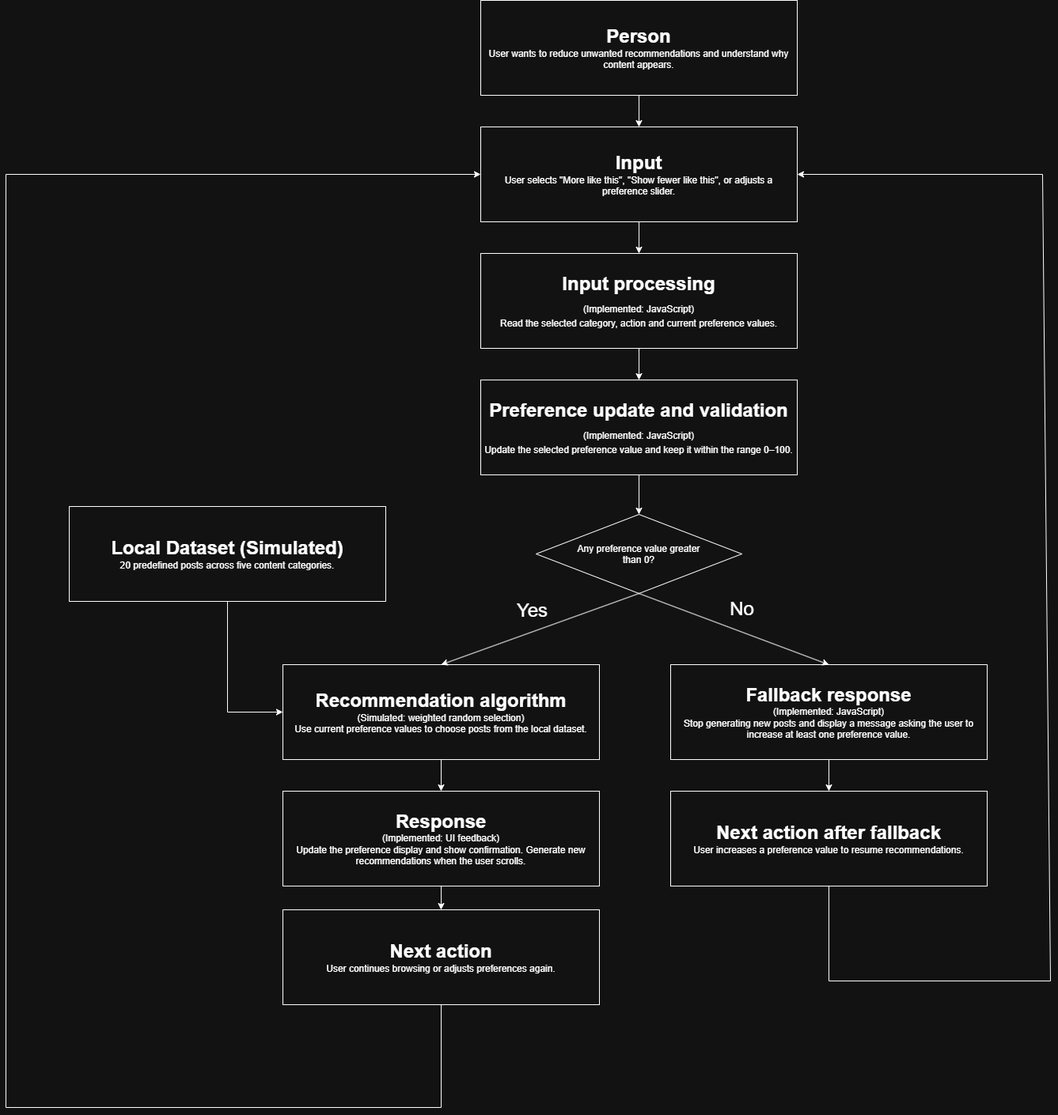
Before: system_path_diagram.png, a diagram exported from draw.io (Kuan-cs/IIS-A2). Source tidied: cells renumbered, new cells last; positions are measured from the earlier drawing's top-left corner, leaving out a move shared by most shapes. Its diagram source:
```xml
<mxGraphModel>
  <root>
    <mxCell id="0" />
    <mxCell id="1" parent="0" />
    <mxCell id="2" value="&lt;font style=&quot;font-size: 24px;&quot;&gt;&lt;b&gt;Person&lt;/b&gt;&lt;/font&gt;&lt;div&gt;User wants to reduce unwanted recommendations and understand why content appears.&lt;/div&gt;" style="rounded=0;whiteSpace=wrap;html=1;" parent="1" vertex="1">
      <mxGeometry x="600" width="400" height="120" as="geometry" />
    </mxCell>
    <mxCell id="3" value="&lt;font style=&quot;font-size: 24px;&quot;&gt;&lt;b&gt;Input&lt;/b&gt;&lt;/font&gt;&lt;br&gt;&lt;div&gt;User selects &quot;More like this&quot;, &quot;Show fewer like this&quot;, or adjusts a preference slider.&lt;/div&gt;" style="rounded=0;whiteSpace=wrap;html=1;" parent="1" vertex="1">
      <mxGeometry x="600" y="160" width="400" height="120" as="geometry" />
    </mxCell>
    <mxCell id="4" value="&lt;b&gt;&lt;font style=&quot;font-size: 24px;&quot;&gt;Input processing&lt;/font&gt;&lt;/b&gt;&lt;div&gt;(Implemented: JavaScript)&lt;span style=&quot;font-size: 24px;&quot;&gt;&lt;b&gt;&lt;br&gt;&lt;/b&gt;&lt;/span&gt;&lt;div&gt;Read the selected category, action and current preference values.&lt;/div&gt;&lt;/div&gt;" style="rounded=0;whiteSpace=wrap;html=1;" parent="1" vertex="1">
      <mxGeometry x="600" y="320" width="400" height="120" as="geometry" />
    </mxCell>
    <mxCell id="5" value="&lt;font style=&quot;font-size: 24px;&quot;&gt;&lt;b&gt;Preference update and validation&lt;/b&gt;&lt;/font&gt;&lt;div&gt;&lt;font style=&quot;font-size: 12px;&quot;&gt;(Implemented: JavaScript)&lt;/font&gt;&lt;span style=&quot;font-size: 24px;&quot;&gt;&lt;b&gt;&lt;br&gt;&lt;/b&gt;&lt;/span&gt;&lt;div&gt;Update the selected preference value and keep it within the range 0–100.&lt;/div&gt;&lt;/div&gt;" style="rounded=0;whiteSpace=wrap;html=1;" parent="1" vertex="1">
      <mxGeometry x="600" y="480" width="400" height="120" as="geometry" />
    </mxCell>
    <mxCell id="6" value="Any preference value greater than 0?" style="rhombus;whiteSpace=wrap;html=1;shapeInside=1;" parent="1" vertex="1">
      <mxGeometry x="670" y="650" width="260" height="100" as="geometry" />
    </mxCell>
    <mxCell id="7" value="&lt;div&gt;&lt;font style=&quot;font-size: 24px;&quot;&gt;&lt;b&gt;Recommendation algorithm&lt;/b&gt;&lt;/font&gt;&lt;/div&gt;&lt;div&gt;&lt;font style=&quot;font-size: 12px;&quot;&gt;&lt;font style=&quot;&quot;&gt;(&lt;/font&gt;&lt;span style=&quot;background-color: transparent; color: light-dark(#000000, var(--ge-light-color, #ffffff));&quot;&gt;Simulated: &lt;/span&gt;&lt;span style=&quot;background-color: transparent; color: light-dark(#000000, var(--ge-light-color, #ffffff));&quot;&gt;weighted &lt;/span&gt;&lt;span style=&quot;background-color: transparent; color: light-dark(#000000, var(--ge-light-color, #ffffff));&quot;&gt;random &lt;/span&gt;&lt;span style=&quot;background-color: transparent; color: light-dark(#000000, var(--ge-light-color, #ffffff));&quot;&gt;selection)&lt;/span&gt;&lt;/font&gt;&lt;/div&gt;&lt;div&gt;Use current preference values to choose posts from the local dataset.&lt;/div&gt;" style="rounded=0;whiteSpace=wrap;html=1;" parent="1" vertex="1">
      <mxGeometry x="350" y="840" width="400" height="120" as="geometry" />
    </mxCell>
    <mxCell id="8" value="&lt;div&gt;&lt;span style=&quot;background-color: transparent; color: light-dark(#000000, var(--ge-light-color, #ffffff));&quot;&gt;&lt;font style=&quot;font-size: 24px;&quot;&gt;&lt;b&gt;Response&lt;/b&gt;&lt;/font&gt;&lt;/span&gt;&lt;/div&gt;&lt;div&gt;&lt;font style=&quot;font-size: 12px;&quot;&gt;&lt;span style=&quot;background-color: transparent; color: light-dark(#000000, var(--ge-light-color, #ffffff));&quot;&gt;&lt;font style=&quot;&quot;&gt;(&lt;/font&gt;&lt;/span&gt;&lt;span style=&quot;background-color: transparent; color: light-dark(#000000, var(--ge-light-color, #ffffff));&quot;&gt;Implemented: &lt;/span&gt;&lt;span style=&quot;background-color: transparent; color: light-dark(#000000, var(--ge-light-color, #ffffff));&quot;&gt;UI &lt;/span&gt;&lt;span style=&quot;background-color: transparent; color: light-dark(#000000, var(--ge-light-color, #ffffff));&quot;&gt;feedback)&lt;/span&gt;&lt;/font&gt;&lt;/div&gt;&lt;div&gt;Update the preference display and show confirmation. Generate new recommendations when the user scrolls.&lt;/div&gt;" style="rounded=0;whiteSpace=wrap;html=1;" parent="1" vertex="1">
      <mxGeometry x="350" y="1000" width="400" height="120" as="geometry" />
    </mxCell>
    <mxCell id="9" value="&lt;div&gt;&lt;span style=&quot;background-color: transparent; color: light-dark(#000000, var(--ge-light-color, #ffffff));&quot;&gt;&lt;font style=&quot;font-size: 24px;&quot;&gt;&lt;b&gt;Fallback response&lt;/b&gt;&lt;/font&gt;&lt;/span&gt;&lt;/div&gt;&lt;div&gt;&lt;span style=&quot;background-color: transparent; color: light-dark(#000000, var(--ge-light-color, #ffffff));&quot;&gt;(&lt;/span&gt;&lt;span style=&quot;background-color: transparent; color: light-dark(#000000, var(--ge-light-color, #ffffff));&quot;&gt;Implemented: &lt;/span&gt;&lt;span style=&quot;background-color: transparent; color: light-dark(#000000, var(--ge-light-color, #ffffff));&quot;&gt;JavaScript)&lt;/span&gt;&lt;/div&gt;&lt;div&gt;Stop generating new posts and display a message asking the user to increase at least one preference value.&lt;/div&gt;" style="rounded=0;whiteSpace=wrap;html=1;" parent="1" vertex="1">
      <mxGeometry x="840" y="840" width="400" height="120" as="geometry" />
    </mxCell>
    <mxCell id="10" value="&lt;div&gt;&lt;span style=&quot;background-color: transparent; color: light-dark(#000000, var(--ge-light-color, #ffffff));&quot;&gt;&lt;font style=&quot;font-size: 24px;&quot;&gt;&lt;b&gt;Next action after fallback&lt;/b&gt;&lt;/font&gt;&lt;/span&gt;&lt;/div&gt;&lt;div&gt;User increases a preference value to resume recommendations.&lt;/div&gt;" style="rounded=0;whiteSpace=wrap;html=1;" parent="1" vertex="1">
      <mxGeometry x="840" y="1000" width="400" height="120" as="geometry" />
    </mxCell>
    <mxCell id="11" style="endArrow=classic;html=1;rounded=0;defaultLabelBackgroundColor=gap;exitX=0.5;exitY=1;exitDx=0;exitDy=0;entryX=0.5;entryY=0;entryDx=0;entryDy=0;" parent="1" edge="1" source="2" target="3">
      <mxGeometry relative="1" as="geometry" />
    </mxCell>
    <mxCell id="12" style="endArrow=classic;html=1;rounded=0;defaultLabelBackgroundColor=gap;exitX=0.5;exitY=1;exitDx=0;exitDy=0;entryX=0.5;entryY=0;entryDx=0;entryDy=0;" parent="1" edge="1" source="3" target="4">
      <mxGeometry x="-0.08" relative="1" as="geometry" />
    </mxCell>
    <mxCell id="13" style="endArrow=classic;html=1;rounded=0;defaultLabelBackgroundColor=gap;exitX=0.5;exitY=1;exitDx=0;exitDy=0;entryX=0.5;entryY=0;entryDx=0;entryDy=0;" parent="1" edge="1" source="4" target="5">
      <mxGeometry relative="1" as="geometry" />
    </mxCell>
    <mxCell id="14" style="endArrow=classic;html=1;rounded=0;defaultLabelBackgroundColor=gap;exitX=0.5;exitY=1;exitDx=0;exitDy=0;entryX=0.5;entryY=0;entryDx=0;entryDy=0;" parent="1" edge="1" source="5" target="6">
      <mxGeometry relative="1" as="geometry" />
    </mxCell>
    <mxCell id="15" value="&lt;span style=&quot;font-size: 24px;&quot;&gt;Yes&lt;/span&gt;" style="endArrow=classic;html=1;rounded=0;defaultLabelBackgroundColor=gap;exitX=0.5;exitY=1;exitDx=0;exitDy=0;entryX=0.5;entryY=0;entryDx=0;entryDy=0;" parent="1" edge="1" source="6" target="7">
      <mxGeometry x="0.01" y="-25" relative="1" as="geometry" />
    </mxCell>
    <mxCell id="16" value="&lt;span style=&quot;font-size: 24px;&quot;&gt;No&lt;/span&gt;" style="endArrow=classic;html=1;rounded=0;defaultLabelBackgroundColor=gap;entryX=0.5;entryY=0;entryDx=0;entryDy=0;exitX=0.5;exitY=1;exitDx=0;exitDy=0;" parent="1" edge="1" source="6" target="9">
      <mxGeometry y="27" relative="1" as="geometry" />
    </mxCell>
    <mxCell id="17" style="endArrow=classic;html=1;rounded=0;defaultLabelBackgroundColor=gap;exitX=0.5;exitY=1;exitDx=0;exitDy=0;entryX=0.5;entryY=0;entryDx=0;entryDy=0;" parent="1" edge="1" source="7" target="8">
      <mxGeometry relative="1" as="geometry" />
    </mxCell>
    <mxCell id="18" style="endArrow=classic;html=1;rounded=0;defaultLabelBackgroundColor=gap;exitX=0.5;exitY=1;exitDx=0;exitDy=0;entryX=0.5;entryY=0;entryDx=0;entryDy=0;" parent="1" edge="1" source="9" target="10">
      <mxGeometry relative="1" as="geometry" />
    </mxCell>
    <mxCell id="19" value="&lt;div&gt;&lt;font style=&quot;font-size: 24px;&quot;&gt;&lt;b&gt;&lt;span style=&quot;background-color: transparent; color: light-dark(#000000, var(--ge-light-color, #ffffff));&quot;&gt;Next &lt;/span&gt;&lt;span style=&quot;background-color: transparent; color: light-dark(#000000, var(--ge-light-color, #ffffff));&quot;&gt;action&lt;/span&gt;&lt;/b&gt;&lt;/font&gt;&lt;/div&gt;&lt;div&gt;User continues browsing or adjusts preferences again.&lt;/div&gt;" style="rounded=0;whiteSpace=wrap;html=1;" parent="1" vertex="1">
      <mxGeometry x="350" y="1150" width="400" height="120" as="geometry" />
    </mxCell>
    <mxCell id="20" style="endArrow=classic;html=1;rounded=0;defaultLabelBackgroundColor=gap;exitX=0.5;exitY=1;exitDx=0;exitDy=0;entryX=0.5;entryY=0;entryDx=0;entryDy=0;" parent="1" edge="1" source="8" target="19">
      <mxGeometry relative="1" as="geometry" />
    </mxCell>
    <mxCell id="21" value="&lt;b&gt;&lt;font style=&quot;font-size: 24px;&quot;&gt;Local Dataset (Simulated)&lt;/font&gt;&lt;/b&gt;&lt;div&gt;20 predefined posts across five content categories.&lt;/div&gt;" style="rounded=0;whiteSpace=wrap;html=1;" parent="1" vertex="1">
      <mxGeometry x="80" y="640" width="400" height="120" as="geometry" />
    </mxCell>
    <mxCell id="22" style="endArrow=classic;html=1;rounded=0;defaultLabelBackgroundColor=gap;exitX=0.5;exitY=1;exitDx=0;exitDy=0;entryX=0;entryY=0.5;entryDx=0;entryDy=0;" parent="1" edge="1" source="21" target="7">
      <mxGeometry x="0.34" relative="1" as="geometry">
        <Array as="points">
          <mxPoint x="280" y="900" />
        </Array>
      </mxGeometry>
    </mxCell>
    <mxCell id="23" style="endArrow=classic;html=1;rounded=0;defaultLabelBackgroundColor=gap;exitX=0.5;exitY=1;exitDx=0;exitDy=0;entryX=0;entryY=0.5;entryDx=0;entryDy=0;" parent="1" edge="1" source="19" target="3">
      <mxGeometry x="-0.66" relative="1" as="geometry">
        <Array as="points">
          <mxPoint x="550" y="1400" />
          <mxPoint y="1400" />
          <mxPoint y="220" />
        </Array>
      </mxGeometry>
    </mxCell>
    <mxCell id="24" style="endArrow=classic;html=1;rounded=0;defaultLabelBackgroundColor=gap;exitX=0.5;exitY=1;exitDx=0;exitDy=0;entryX=1;entryY=0.5;entryDx=0;entryDy=0;" parent="1" edge="1" source="10" target="3">
      <mxGeometry x="-0.18" relative="1" as="geometry">
        <Array as="points">
          <mxPoint x="1040" y="1240" />
          <mxPoint x="1320" y="1240" />
          <mxPoint x="1310" y="220" />
        </Array>
      </mxGeometry>
    </mxCell>
  </root>
</mxGraphModel>
```
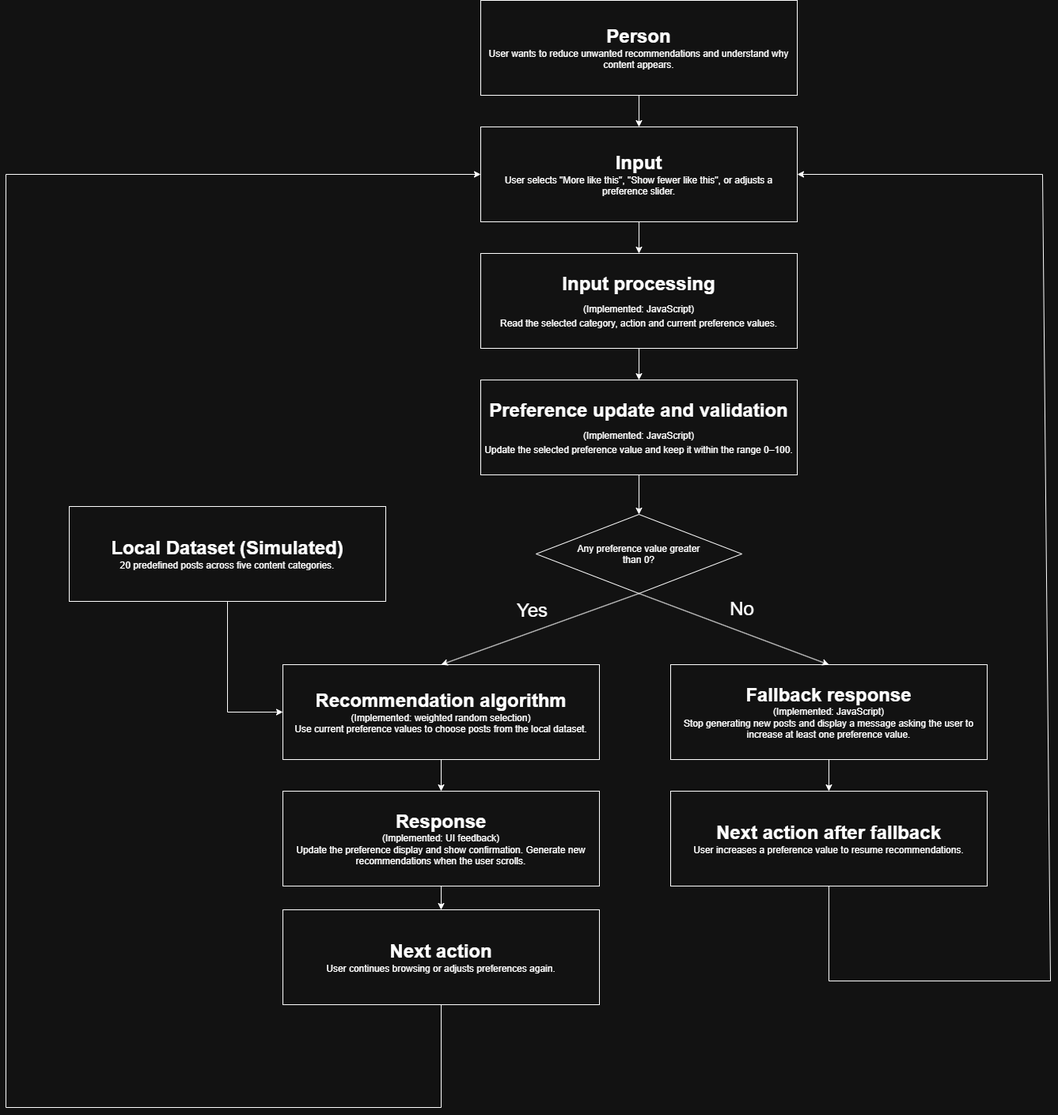
The same diagram one commit later.

Commit message:
Correct recommendation algorithm label

Change to the diagram source:
```diff
@@ -17,7 +17,7 @@
     <mxCell id="6" value="Any preference value greater than 0?" style="rhombus;whiteSpace=wrap;html=1;shapeInside=1;" parent="1" vertex="1">
       <mxGeometry x="670" y="650" width="260" height="100" as="geometry" />
     </mxCell>
-    <mxCell id="7" value="&lt;div&gt;&lt;font style=&quot;font-size: 24px;&quot;&gt;&lt;b&gt;Recommendation algorithm&lt;/b&gt;&lt;/font&gt;&lt;/div&gt;&lt;div&gt;&lt;font style=&quot;font-size: 12px;&quot;&gt;&lt;font style=&quot;&quot;&gt;(&lt;/font&gt;&lt;span style=&quot;background-color: transparent; color: light-dark(#000000, var(--ge-light-color, #ffffff));&quot;&gt;Simulated: &lt;/span&gt;&lt;span style=&quot;background-color: transparent; color: light-dark(#000000, var(--ge-light-color, #ffffff));&quot;&gt;weighted &lt;/span&gt;&lt;span style=&quot;background-color: transparent; color: light-dark(#000000, var(--ge-light-color, #ffffff));&quot;&gt;random &lt;/span&gt;&lt;span style=&quot;background-color: transparent; color: light-dark(#000000, var(--ge-light-color, #ffffff));&quot;&gt;selection)&lt;/span&gt;&lt;/font&gt;&lt;/div&gt;&lt;div&gt;Use current preference values to choose posts from the local dataset.&lt;/div&gt;" style="rounded=0;whiteSpace=wrap;html=1;" parent="1" vertex="1">
+    <mxCell id="7" value="&lt;div&gt;&lt;font style=&quot;font-size: 24px;&quot;&gt;&lt;b&gt;Recommendation algorithm&lt;/b&gt;&lt;/font&gt;&lt;/div&gt;&lt;div&gt;&lt;font style=&quot;font-size: 12px;&quot;&gt;&lt;font style=&quot;&quot;&gt;(&lt;/font&gt;&lt;/font&gt;&lt;span style=&quot;background-color: transparent; color: light-dark(#000000, var(--ge-light-color, #ffffff));&quot;&gt;Implemented&lt;/span&gt;&lt;span style=&quot;background-color: transparent; color: light-dark(#000000, var(--ge-light-color, #ffffff));&quot;&gt;: &lt;/span&gt;&lt;span style=&quot;background-color: transparent; color: light-dark(#000000, var(--ge-light-color, #ffffff));&quot;&gt;weighted &lt;/span&gt;&lt;span style=&quot;background-color: transparent; color: light-dark(#000000, var(--ge-light-color, #ffffff));&quot;&gt;random &lt;/span&gt;&lt;span style=&quot;background-color: transparent; color: light-dark(#000000, var(--ge-light-color, #ffffff));&quot;&gt;selection)&lt;/span&gt;&lt;/div&gt;&lt;div&gt;Use current preference values to choose posts from the local dataset.&lt;/div&gt;" style="rounded=0;whiteSpace=wrap;html=1;" parent="1" vertex="1">
       <mxGeometry x="350" y="840" width="400" height="120" as="geometry" />
     </mxCell>
     <mxCell id="8" value="&lt;div&gt;&lt;span style=&quot;background-color: transparent; color: light-dark(#000000, var(--ge-light-color, #ffffff));&quot;&gt;&lt;font style=&quot;font-size: 24px;&quot;&gt;&lt;b&gt;Response&lt;/b&gt;&lt;/font&gt;&lt;/span&gt;&lt;/div&gt;&lt;div&gt;&lt;font style=&quot;font-size: 12px;&quot;&gt;&lt;span style=&quot;background-color: transparent; color: light-dark(#000000, var(--ge-light-color, #ffffff));&quot;&gt;&lt;font style=&quot;&quot;&gt;(&lt;/font&gt;&lt;/span&gt;&lt;span style=&quot;background-color: transparent; color: light-dark(#000000, var(--ge-light-color, #ffffff));&quot;&gt;Implemented: &lt;/span&gt;&lt;span style=&quot;background-color: transparent; color: light-dark(#000000, var(--ge-light-color, #ffffff));&quot;&gt;UI &lt;/span&gt;&lt;span style=&quot;background-color: transparent; color: light-dark(#000000, var(--ge-light-color, #ffffff));&quot;&gt;feedback)&lt;/span&gt;&lt;/font&gt;&lt;/div&gt;&lt;div&gt;Update the preference display and show confirmation. Generate new recommendations when the user scrolls.&lt;/div&gt;" style="rounded=0;whiteSpace=wrap;html=1;" parent="1" vertex="1">
```
